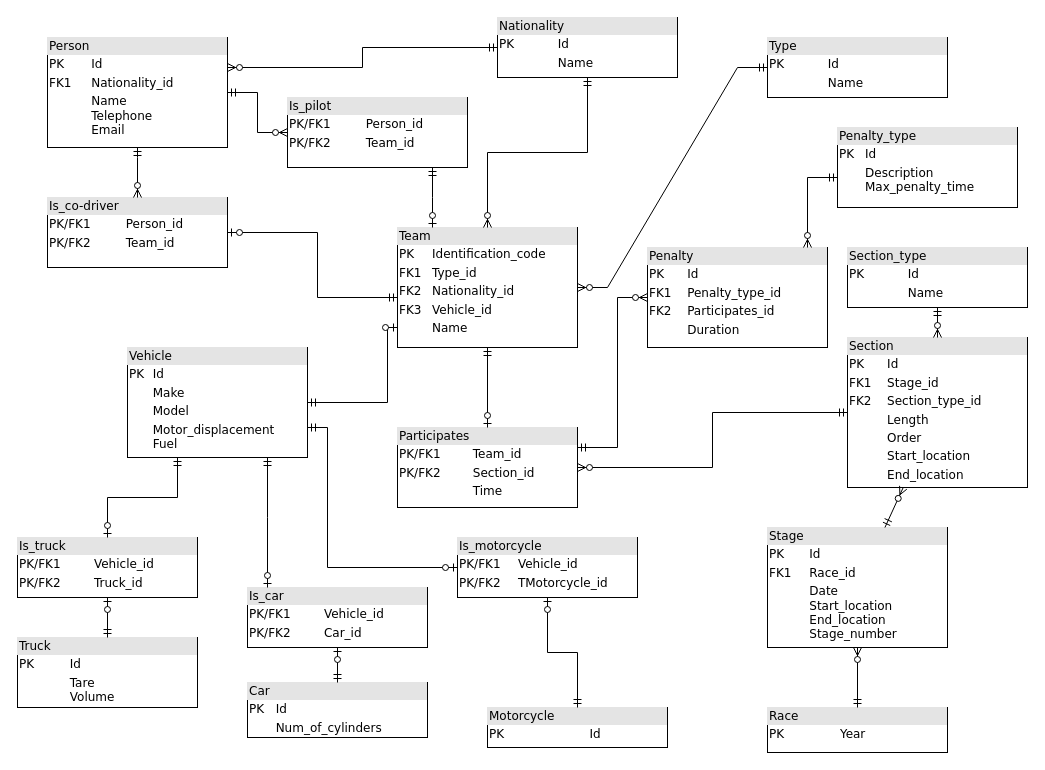
This is Relational_Data_Model_Diagram.drawio from DanyKrk/ISEP_BDDAD_M1, a draw.io file, before an edit. Source tidied: cells renumbered, new cells numbered last; positions are measured from the earlier drawing's top-left corner, leaving out a move shared by most shapes. Both pictures are drawn from the tidied source at 100%, with x=0, y=0 at pixel (17, 17).
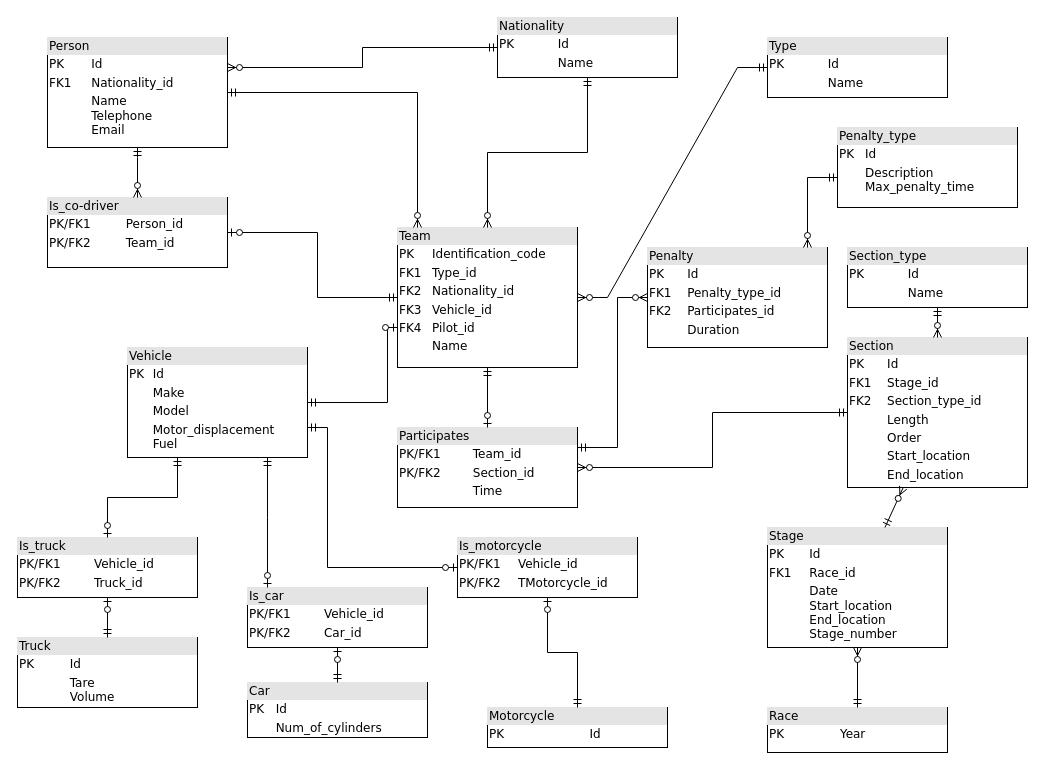
The same diagram, later.

Commit message:
Delete Is_pilot table

Unchanged cells that the change refers to:
```xml
<mxCell id="2" value="&lt;div style=&quot;box-sizing:border-box;width:100%;background:#e4e4e4;padding:2px;&quot;&gt;Person&lt;/div&gt;&lt;table style=&quot;width:100%;font-size:1em;&quot; cellpadding=&quot;2&quot; cellspacing=&quot;0&quot;&gt;&lt;tbody&gt;&lt;tr&gt;&lt;td&gt;PK&lt;/td&gt;&lt;td&gt;Id&lt;/td&gt;&lt;/tr&gt;&lt;tr&gt;&lt;td&gt;FK1&lt;/td&gt;&lt;td&gt;Nationality_id&lt;/td&gt;&lt;/tr&gt;&lt;tr&gt;&lt;td&gt;&lt;/td&gt;&lt;td&gt;Name&lt;br&gt;Telephone&lt;br&gt;Email&lt;/td&gt;&lt;/tr&gt;&lt;/tbody&gt;&lt;/table&gt;" style="verticalAlign=top;align=left;overflow=fill;html=1;rounded=0;shadow=0;comic=0;labelBackgroundColor=none;strokeWidth=1;fontFamily=Verdana;fontSize=12;" parent="1" vertex="1">
  <mxGeometry x="30" y="20" width="180" height="110" as="geometry" />
</mxCell>
```

Diff of the diagram source:
```diff
@@
-    <mxCell id="9" value="&lt;div style=&quot;box-sizing: border-box ; width: 100% ; background: #e4e4e4 ; padding: 2px&quot;&gt;Team&lt;/div&gt;&lt;table style=&quot;width: 100% ; font-size: 1em&quot; cellpadding=&quot;2&quot; cellspacing=&quot;0&quot;&gt;&lt;tbody&gt;&lt;tr&gt;&lt;td&gt;PK&lt;/td&gt;&lt;td&gt;Identification_code&lt;/td&gt;&lt;/tr&gt;&lt;tr&gt;&lt;td&gt;FK1&lt;/td&gt;&lt;td&gt;Type_id&lt;/td&gt;&lt;/tr&gt;&lt;tr&gt;&lt;td&gt;FK2&lt;/td&gt;&lt;td&gt;Nationality_id&lt;br&gt;&lt;/td&gt;&lt;/tr&gt;&lt;tr&gt;&lt;td&gt;FK3&lt;br&gt;&lt;/td&gt;&lt;td&gt;Vehicle_id&lt;br&gt;&lt;/td&gt;&lt;/tr&gt;&lt;tr&gt;&lt;td&gt;&lt;br&gt;&lt;/td&gt;&lt;td&gt;Name&lt;br&gt;&lt;/td&gt;&lt;/tr&gt;&lt;tr&gt;&lt;td&gt;&lt;br&gt;&lt;/td&gt;&lt;td&gt;&lt;br&gt;&lt;/td&gt;&lt;/tr&gt;&lt;tr&gt;&lt;td&gt;&lt;/td&gt;&lt;td&gt;&lt;br&gt;&lt;/td&gt;&lt;/tr&gt;&lt;/tbody&gt;&lt;/table&gt;" style="verticalAlign=top;align=left;overflow=fill;html=1;rounded=0;shadow=0;comic=0;labelBackgroundColor=none;strokeWidth=1;fontFamily=Verdana;fontSize=12;" parent="1" vertex="1">
-      <mxGeometry x="380" y="210" width="180" height="120" as="geometry" />
+    <mxCell id="9" value="&lt;div style=&quot;box-sizing: border-box ; width: 100% ; background: #e4e4e4 ; padding: 2px&quot;&gt;Team&lt;/div&gt;&lt;table style=&quot;width: 100% ; font-size: 1em&quot; cellpadding=&quot;2&quot; cellspacing=&quot;0&quot;&gt;&lt;tbody&gt;&lt;tr&gt;&lt;td&gt;PK&lt;/td&gt;&lt;td&gt;Identification_code&lt;/td&gt;&lt;/tr&gt;&lt;tr&gt;&lt;td&gt;FK1&lt;/td&gt;&lt;td&gt;Type_id&lt;/td&gt;&lt;/tr&gt;&lt;tr&gt;&lt;td&gt;FK2&lt;/td&gt;&lt;td&gt;Nationality_id&lt;br&gt;&lt;/td&gt;&lt;/tr&gt;&lt;tr&gt;&lt;td&gt;FK3&lt;br&gt;&lt;/td&gt;&lt;td&gt;Vehicle_id&lt;br&gt;&lt;/td&gt;&lt;/tr&gt;&lt;tr&gt;&lt;td&gt;FK4&lt;/td&gt;&lt;td&gt;Pilot_id&lt;br&gt;&lt;/td&gt;&lt;/tr&gt;&lt;tr&gt;&lt;td&gt;&lt;br&gt;&lt;/td&gt;&lt;td&gt;Name&lt;/td&gt;&lt;/tr&gt;&lt;tr&gt;&lt;td&gt;&lt;/td&gt;&lt;td&gt;&lt;br&gt;&lt;/td&gt;&lt;/tr&gt;&lt;/tbody&gt;&lt;/table&gt;" style="verticalAlign=top;align=left;overflow=fill;html=1;rounded=0;shadow=0;comic=0;labelBackgroundColor=none;strokeWidth=1;fontFamily=Verdana;fontSize=12;" parent="1" vertex="1">
+      <mxGeometry x="380" y="210" width="180" height="140" as="geometry" />
     </mxCell>
@@
-    <mxCell id="14" value="&lt;div style=&quot;box-sizing:border-box;width:100%;background:#e4e4e4;padding:2px;&quot;&gt;Is_pilot&lt;/div&gt;&lt;table style=&quot;width:100%;font-size:1em;&quot; cellpadding=&quot;2&quot; cellspacing=&quot;0&quot;&gt;&lt;tbody&gt;&lt;tr&gt;&lt;td&gt;PK/FK1&lt;/td&gt;&lt;td&gt;Person_id&lt;/td&gt;&lt;/tr&gt;&lt;tr&gt;&lt;td&gt;PK/FK2&lt;/td&gt;&lt;td&gt;Team_id&lt;/td&gt;&lt;/tr&gt;&lt;tr&gt;&lt;td&gt;&lt;/td&gt;&lt;td&gt;&lt;br&gt;&lt;/td&gt;&lt;/tr&gt;&lt;/tbody&gt;&lt;/table&gt;" style="verticalAlign=top;align=left;overflow=fill;html=1;rounded=0;shadow=0;comic=0;labelBackgroundColor=none;strokeWidth=1;fontFamily=Verdana;fontSize=12;" parent="1" vertex="1">
-      <mxGeometry x="270" y="80" width="180" height="70" as="geometry" />
-    </mxCell>
-    <mxCell id="15" style="fontSize=12;html=1;endArrow=ERzeroToOne;startArrow=ERmandOne;rounded=0;edgeStyle=elbowEdgeStyle;" parent="1" edge="1" source="14" target="9">
-      <mxGeometry relative="1" as="geometry" />
-    </mxCell>
@@
-    <mxCell id="41" style="edgeStyle=elbowEdgeStyle;fontSize=12;html=1;endArrow=ERzeroToMany;startArrow=ERmandOne;rounded=0;" parent="1" edge="1" source="2" target="14">
-      <mxGeometry relative="1" as="geometry" />
+    <mxCell id="41" style="edgeStyle=elbowEdgeStyle;fontSize=12;html=1;endArrow=ERzeroToMany;startArrow=ERmandOne;rounded=0;" parent="1" edge="1" source="2" target="9">
+      <mxGeometry relative="1" as="geometry">
+        <Array as="points">
+          <mxPoint x="400" y="170" />
+        </Array>
+      </mxGeometry>
     </mxCell>
```
